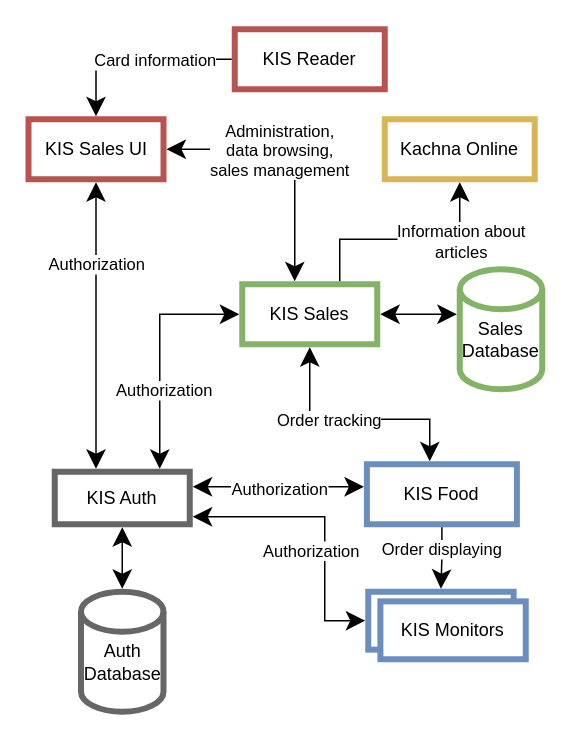
Before: doc/thesis/figures/kis_relationships_new.drawio in MrakDun-desu/kis-v4, a draw.io diagram. Source tidied: cells renumbered, new cells numbered last; positions are measured from the earlier drawing's top-left corner, leaving out a move shared by most shapes. Both pictures are drawn from the tidied source at 150%, with x=0, y=0 at pixel (27, 28).
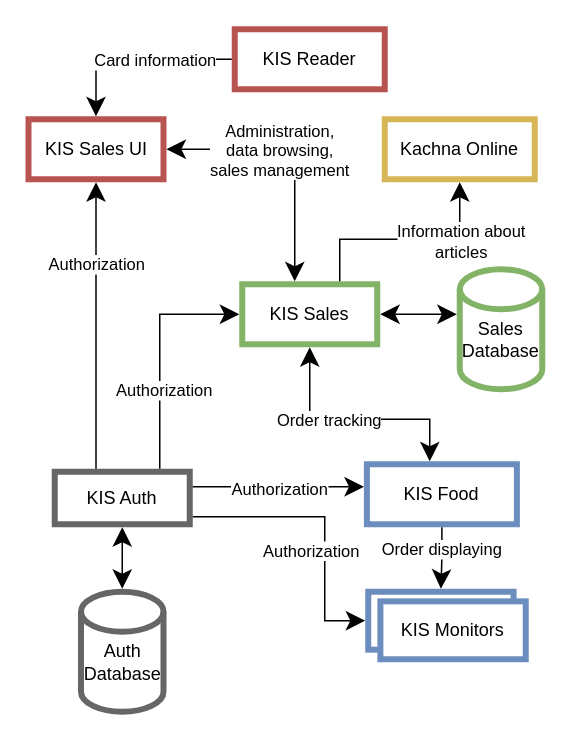
The same page after the edit.

The change refers to these unchanged cells:
```xml
<mxCell id="2" value="KIS Sales" style="rounded=0;whiteSpace=wrap;html=1;fillColor=default;gradientColor=none;strokeColor=#82b366;strokeWidth=4;perimeterSpacing=2;" parent="1" vertex="1">
  <mxGeometry x="143" y="170" width="90" height="40" as="geometry" />
</mxCell>
<mxCell id="3" value="KIS Sales UI" style="rounded=0;whiteSpace=wrap;html=1;fillColor=default;gradientColor=none;strokeColor=#b85450;strokeWidth=4;perimeterSpacing=2;" parent="1" vertex="1">
  <mxGeometry x="0.5" y="60" width="90" height="40" as="geometry" />
</mxCell>
<mxCell id="4" value="KIS Auth" style="rounded=0;whiteSpace=wrap;html=1;fillColor=default;gradientColor=none;strokeColor=#666666;strokeWidth=4;perimeterSpacing=2;" parent="1" vertex="1">
  <mxGeometry x="18" y="295" width="90" height="35" as="geometry" />
</mxCell>
<mxCell id="6" style="rounded=0;whiteSpace=wrap;html=1;fillColor=default;gradientColor=none;strokeColor=#6c8ebf;strokeWidth=4;perimeterSpacing=2;" parent="5" vertex="1">
  <mxGeometry width="96.9" height="38.6" as="geometry" />
</mxCell>
<mxCell id="8" value="KIS Food" style="rounded=0;whiteSpace=wrap;html=1;fillColor=default;gradientColor=none;strokeColor=#6c8ebf;strokeWidth=4;perimeterSpacing=2;" parent="1" vertex="1">
  <mxGeometry x="226.1" y="290" width="100" height="40" as="geometry" />
</mxCell>
```

The edit, as a diff of the source:
```diff
@@
-    <mxCell id="19" style="edgeStyle=orthogonalEdgeStyle;rounded=0;jettySize=auto;html=1;startSize=10;endSize=10;startArrow=classic;startFill=1;" parent="1" edge="1" source="2" target="4">
+    <mxCell id="19" style="edgeStyle=orthogonalEdgeStyle;rounded=0;jettySize=auto;html=1;startSize=10;endSize=10;startArrow=classic;startFill=1;endArrow=none;endFill=0;" parent="1" edge="1" source="2" target="4">
       <mxGeometry relative="1" as="geometry">
         <Array as="points">
           <mxPoint x="88" y="190" />
         </Array>
       </mxGeometry>
     </mxCell>
@@
-    <mxCell id="27" style="edgeStyle=orthogonalEdgeStyle;rounded=0;jettySize=auto;html=1;startSize=10;endSize=10;startArrow=classic;startFill=1;" parent="1" edge="1" source="8" target="4">
+    <mxCell id="27" style="edgeStyle=orthogonalEdgeStyle;rounded=0;jettySize=auto;html=1;startSize=10;endSize=10;startArrow=classic;startFill=1;endArrow=none;endFill=0;" parent="1" edge="1" source="8" target="4">
       <mxGeometry relative="1" as="geometry">
         <Array as="points">
           <mxPoint x="198" y="305" />
           <mxPoint x="198" y="305" />
         </Array>
       </mxGeometry>
     </mxCell>
@@
-    <mxCell id="29" style="edgeStyle=orthogonalEdgeStyle;rounded=0;jettySize=auto;html=1;startSize=10;endSize=10;exitX=0;exitY=0.5;exitDx=0;exitDy=0;startArrow=classic;startFill=1;" parent="1" edge="1" source="6" target="4">
+    <mxCell id="29" style="edgeStyle=orthogonalEdgeStyle;rounded=0;jettySize=auto;html=1;startSize=10;endSize=10;exitX=0;exitY=0.5;exitDx=0;exitDy=0;startArrow=classic;startFill=1;endArrow=none;endFill=0;" parent="1" edge="1" source="6" target="4">
       <mxGeometry relative="1" as="geometry">
         <Array as="points">
           <mxPoint x="198" y="394" />
           <mxPoint x="198" y="325" />
         </Array>
       </mxGeometry>
     </mxCell>
@@
-    <mxCell id="31" style="edgeStyle=orthogonalEdgeStyle;rounded=0;jettySize=auto;html=1;startSize=10;endSize=10;startArrow=classic;startFill=1;" parent="1" edge="1" source="3" target="4">
+    <mxCell id="31" style="edgeStyle=orthogonalEdgeStyle;rounded=0;jettySize=auto;html=1;startSize=10;endSize=10;startArrow=classic;startFill=1;endArrow=none;endFill=0;" parent="1" edge="1" source="3" target="4">
       <mxGeometry relative="1" as="geometry">
         <Array as="points">
           <mxPoint x="38" y="60" />
         </Array>
       </mxGeometry>
     </mxCell>
```
